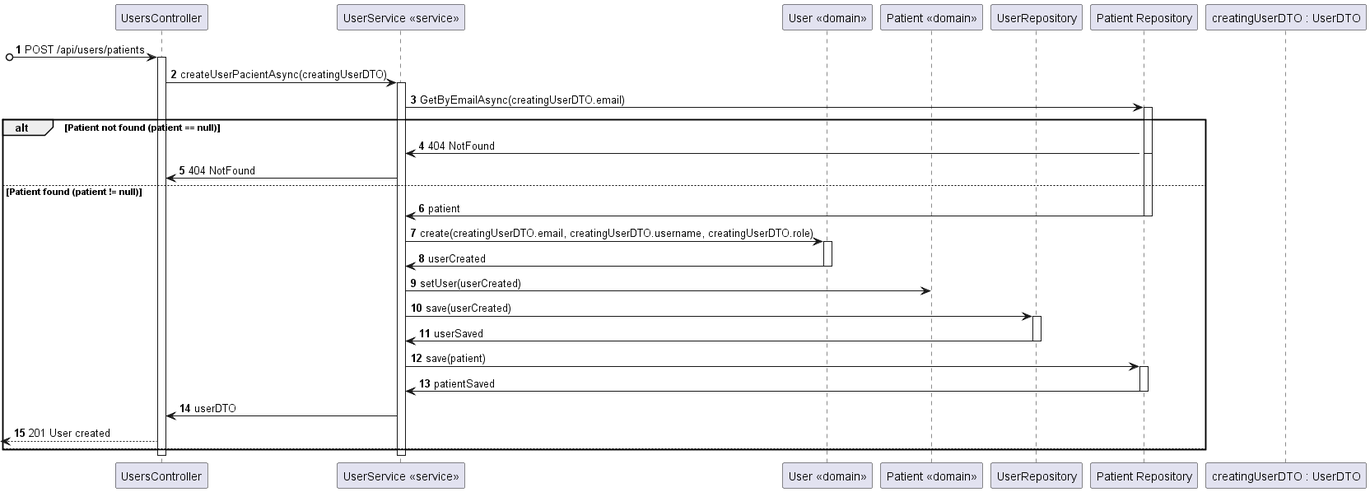
Lapr5G21/sem5pi-24-25-3ddg21 keeps this PlantUML diagram as docs/BackofficeUserRegister/views/level3/process-view2.png. Above is the earlier version. Its diagram source:
```plantuml
@startuml
autonumber
participant CTRL as "UsersController"
participant SERVICE as "UserService <<service>>"
participant User as "User <<domain>>"
participant Patient as "Patient <<domain>>"
participant USERREPO as "UserRepository"
participant PATIENTREPO as "Patient Repository"
participant DTO as "creatingUserDTO : UserDTO"

?o-> CTRL : POST /api/users/patients
activate CTRL

CTRL -> SERVICE : createUserPacientAsync(creatingUserDTO)
activate SERVICE

SERVICE -> PATIENTREPO : GetByEmailAsync(creatingUserDTO.email)
activate PATIENTREPO
alt Patient not found (patient == null)

    activate PATIENTREPO

    PATIENTREPO -> SERVICE : 404 NotFound

    deactivate PATIENTREPO

    SERVICE -> CTRL : 404 NotFound

else Patient found (patient != null)
    PATIENTREPO -> SERVICE : patient
    deactivate PATIENTREPO

    SERVICE -> User : create(creatingUserDTO.email, creatingUserDTO.username, creatingUserDTO.role)
    activate User

    User -> SERVICE : userCreated
    deactivate User

    SERVICE -> Patient : setUser(userCreated)
    SERVICE -> USERREPO : save(userCreated)
    activate USERREPO

    USERREPO -> SERVICE : userSaved
    deactivate USERREPO

    SERVICE -> PATIENTREPO : save(patient)
    activate PATIENTREPO

    PATIENTREPO -> SERVICE : patientSaved
    deactivate PATIENTREPO

    SERVICE -> CTRL : userDTO

    <-- CTRL : 201 User created

else
end

deactivate SERVICE
deactivate CTRL
@enduml
```
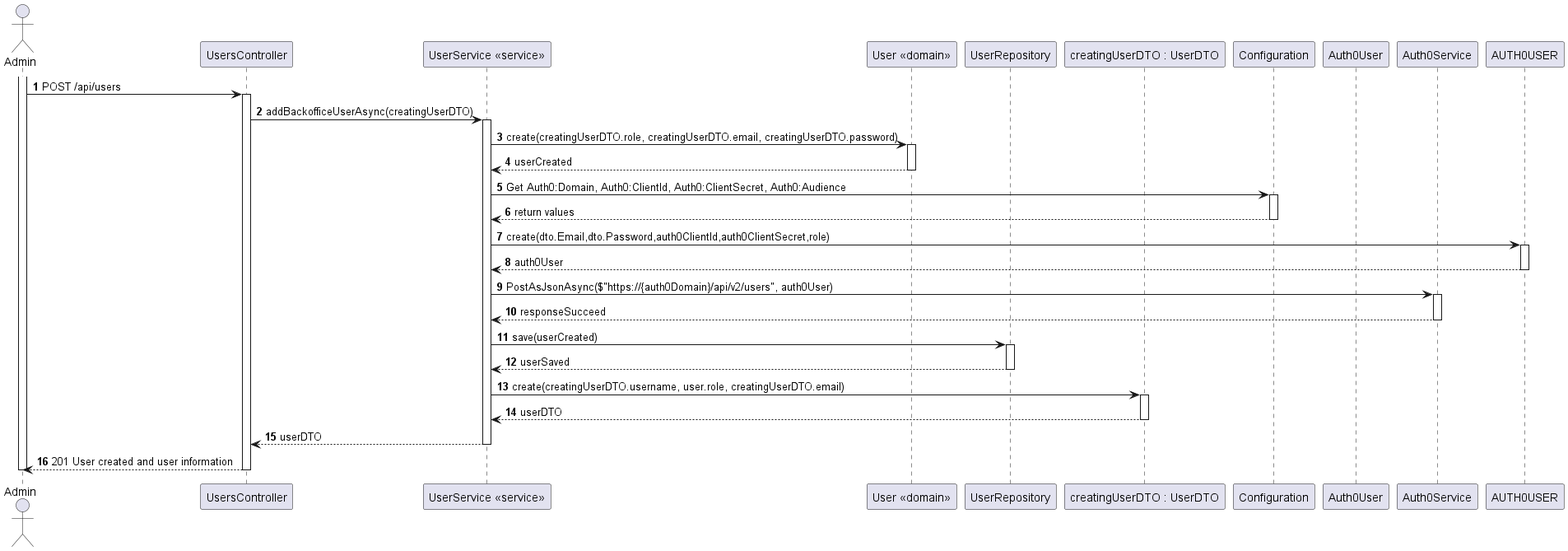
Above is the later version.

Commit message:
Register User Diagrams Update

What changed in the source:
```diff
@@ -1,61 +1,69 @@
 @startuml
 autonumber
+actor Admin as Admin
 participant CTRL as "UsersController"
 participant SERVICE as "UserService <<service>>"
 participant User as "User <<domain>>"
-participant Patient as "Patient <<domain>>"
 participant USERREPO as "UserRepository"
-participant PATIENTREPO as "Patient Repository"
 participant DTO as "creatingUserDTO : UserDTO"
+participant CONFIG as "Configuration"
+participant AUTH0User as "Auth0User"
+participant AUTH0SERVICE as "Auth0Service"
 
-?o-> CTRL : POST /api/users/patients
+activate Admin
+Admin -> CTRL : POST /api/users
 activate CTRL
-
-CTRL -> SERVICE : createUserPacientAsync(creatingUserDTO)
+CTRL -> SERVICE : addBackofficeUserAsync(creatingUserDTO)
 activate SERVICE
 
-SERVICE -> PATIENTREPO : GetByEmailAsync(creatingUserDTO.email)
-activate PATIENTREPO
-alt Patient not found (patient == null)
 
-    activate PATIENTREPO
-
-    PATIENTREPO -> SERVICE : 404 NotFound
-
-    deactivate PATIENTREPO
-
-    SERVICE -> CTRL : 404 NotFound
-
-else Patient found (patient != null)
-    PATIENTREPO -> SERVICE : patient
-    deactivate PATIENTREPO
-
-    SERVICE -> User : create(creatingUserDTO.email, creatingUserDTO.username, creatingUserDTO.role)
+    SERVICE -> User : create(creatingUserDTO.role, creatingUserDTO.email, creatingUserDTO.password)
     activate User
 
-    User -> SERVICE : userCreated
+    User --> SERVICE : userCreated
     deactivate User
 
-    SERVICE -> Patient : setUser(userCreated)
+    SERVICE -> CONFIG : Get Auth0:Domain, Auth0:ClientId, Auth0:ClientSecret, Auth0:Audience
+    activate CONFIG
+    CONFIG --> SERVICE : return values
+    deactivate CONFIG
+
+    SERVICE -> AUTH0USER : create(dto.Email,dto.Password,auth0ClientId,auth0ClientSecret,role)
+
+    activate AUTH0USER
+
+    AUTH0USER --> SERVICE : auth0User
+
+    deactivate AUTH0USER
+
+    SERVICE -> AUTH0SERVICE : PostAsJsonAsync($"https://{auth0Domain}/api/v2/users", auth0User)
+
+    activate AUTH0SERVICE
+
+    AUTH0SERVICE --> SERVICE : responseSucceed
+    deactivate AUTH0SERVICE
+
     SERVICE -> USERREPO : save(userCreated)
     activate USERREPO
 
-    USERREPO -> SERVICE : userSaved
+    USERREPO --> SERVICE : userSaved
     deactivate USERREPO
 
-    SERVICE -> PATIENTREPO : save(patient)
-    activate PATIENTREPO
 
-    PATIENTREPO -> SERVICE : patientSaved
-    deactivate PATIENTREPO
+    SERVICE -> DTO : create(creatingUserDTO.username, user.role, creatingUserDTO.email)
 
-    SERVICE -> CTRL : userDTO
+    activate DTO
 
-    <-- CTRL : 201 User created
+    DTO --> SERVICE : userDTO
 
-else
-end
+    deactivate DTO
 
-deactivate SERVICE
+    SERVICE --> CTRL : userDTO
+
+    deactivate SERVICE
+
+    Admin <-- CTRL : 201 User created and user information
+
 deactivate CTRL
+deactivate Admin
 @enduml
```
